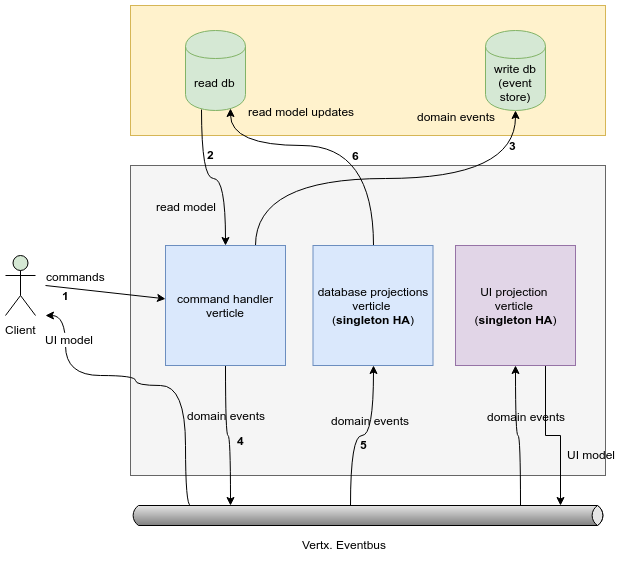
Above: crabzilla-accts.png in crabzilla/accounts (draw.io), before the change. Source tidied: cells renumbered, new cells last; positions are measured from the earlier drawing's top-left corner, leaving out a move shared by most shapes.
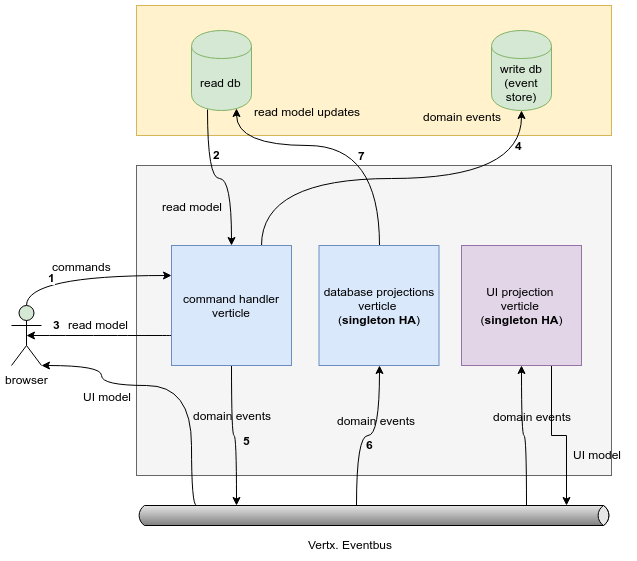
The same diagram one commit later.

Commit message:
diagram correction

Change to the diagram source:
```diff
@@ -22,6 +22,9 @@
     <mxCell id="7" value="domain events" style="text;html=1;align=center;verticalAlign=middle;labelBackgroundColor=none;" parent="6" vertex="1">
       <mxGeometry x="-0.32" relative="1" as="geometry" />
     </mxCell>
+    <mxCell id="39" style="edgeStyle=orthogonalEdgeStyle;curved=1;rounded=0;jettySize=auto;html=1;exitX=0;exitY=0.75;exitDx=0;exitDy=0;entryX=0.5;entryY=0.5;entryDx=0;entryDy=0;entryPerimeter=0;" parent="1" edge="1" source="8" target="24">
+      <mxGeometry relative="1" as="geometry" />
+    </mxCell>
     <mxCell id="8" value="command handler verticle" style="whiteSpace=wrap;html=1;fillColor=#dae8fc;strokeColor=#6c8ebf;" parent="1" vertex="1">
       <mxGeometry x="160" y="240" width="120" height="120" as="geometry" />
     </mxCell>
@@ -73,14 +76,12 @@
     <mxCell id="20" value="write db (event store)" style="shape=cylinder;whiteSpace=wrap;html=1;boundedLbl=1;backgroundOutline=1;fillColor=#d5e8d4;strokeColor=#82b366;" parent="1" vertex="1">
       <mxGeometry x="480" y="25" width="60" height="80" as="geometry" />
     </mxCell>
-    <mxCell id="21" style="endArrow=classic;html=1;" parent="1" edge="1" target="8">
-      <mxGeometry relative="1" as="geometry">
-        <mxPoint x="40" y="280" as="sourcePoint" />
-      </mxGeometry>
+    <mxCell id="21" style="endArrow=classic;html=1;exitX=0.5;exitY=0;exitDx=0;exitDy=0;exitPerimeter=0;entryX=0;entryY=0.25;entryDx=0;entryDy=0;edgeStyle=orthogonalEdgeStyle;curved=1;" parent="1" edge="1" source="24" target="8">
+      <mxGeometry relative="1" as="geometry" />
     </mxCell>
     <mxCell id="22" value="commands" style="text;html=1;align=center;verticalAlign=middle;labelBackgroundColor=#ffffff;" parent="21" vertex="1">
       <mxGeometry x="-0.45" y="-4" relative="1" as="geometry">
-        <mxPoint x="-2.5" y="-17.5" as="offset" />
+        <mxPoint x="37" y="-14" as="offset" />
       </mxGeometry>
     </mxCell>
     <mxCell id="23" value="1" style="text;html=1;align=center;verticalAlign=middle;labelBackgroundColor=#ffffff;fontStyle=1;" parent="21" vertex="1">
@@ -88,8 +89,8 @@
         <mxPoint x="-54.5" y="1.5" as="offset" />
       </mxGeometry>
     </mxCell>
-    <mxCell id="24" value="Client" style="shape=umlActor;verticalLabelPosition=bottom;labelBackgroundColor=#ffffff;verticalAlign=top;html=1;outlineConnect=0;fillColor=#D5E8D4;" parent="1" vertex="1">
-      <mxGeometry y="250" width="30" height="60" as="geometry" />
+    <mxCell id="24" value="browser" style="shape=umlActor;verticalLabelPosition=bottom;labelBackgroundColor=#ffffff;verticalAlign=top;html=1;outlineConnect=0;fillColor=#D5E8D4;" parent="1" vertex="1">
+      <mxGeometry y="300" width="30" height="60" as="geometry" />
     </mxCell>
     <mxCell id="25" value="Vertx. Eventbus" style="text;html=1;align=left;verticalAlign=top;spacingTop=-4;" parent="1" vertex="1">
       <mxGeometry x="295" y="530" width="100" height="20" as="geometry" />
@@ -108,19 +109,19 @@
     </mxCell>
     <mxCell id="28" style="edgeStyle=orthogonalEdgeStyle;curved=1;rounded=0;jettySize=auto;html=1;exitX=0;exitY=0;exitDx=60;exitDy=0;exitPerimeter=0;" parent="1" edge="1" source="16">
       <mxGeometry relative="1" as="geometry">
-        <mxPoint x="40" y="310" as="targetPoint" />
+        <mxPoint x="30" y="360" as="targetPoint" />
         <Array as="points">
           <mxPoint x="180" y="500" />
           <mxPoint x="180" y="380" />
-          <mxPoint x="130" y="380" />
-          <mxPoint x="130" y="370" />
-          <mxPoint x="60" y="370" />
-          <mxPoint x="60" y="310" />
+          <mxPoint x="90" y="380" />
+          <mxPoint x="90" y="360" />
         </Array>
       </mxGeometry>
     </mxCell>
     <mxCell id="29" value="UI model" style="text;html=1;align=center;verticalAlign=middle;labelBackgroundColor=#ffffff;" parent="28" vertex="1">
-      <mxGeometry x="0.74" y="-3" relative="1" as="geometry" />
+      <mxGeometry x="0.74" y="-3" relative="1" as="geometry">
+        <mxPoint x="27" y="33" as="offset" />
+      </mxGeometry>
     </mxCell>
     <mxCell id="30" style="edgeStyle=orthogonalEdgeStyle;rounded=0;jettySize=auto;html=1;exitX=0.75;exitY=1;exitDx=0;exitDy=0;entryX=0;entryY=0;entryDx=430;entryDy=0;entryPerimeter=0;" parent="1" edge="1" source="31" target="16">
       <mxGeometry relative="1" as="geometry" />
@@ -137,17 +138,23 @@
     <mxCell id="34" value="2" style="text;html=1;align=left;verticalAlign=top;spacingTop=-4;fontStyle=1;" parent="1" vertex="1">
       <mxGeometry x="200" y="140" width="20" height="20" as="geometry" />
     </mxCell>
-    <mxCell id="35" value="3" style="text;html=1;align=left;verticalAlign=top;spacingTop=-4;fontStyle=1;" parent="1" vertex="1">
+    <mxCell id="35" value="4" style="text;html=1;align=left;verticalAlign=top;spacingTop=-4;fontStyle=1;" parent="1" vertex="1">
       <mxGeometry x="502" y="131" width="20" height="20" as="geometry" />
     </mxCell>
-    <mxCell id="36" value="4" style="text;html=1;align=left;verticalAlign=top;spacingTop=-4;fontStyle=1;" parent="1" vertex="1">
+    <mxCell id="36" value="5" style="text;html=1;align=left;verticalAlign=top;spacingTop=-4;fontStyle=1;" parent="1" vertex="1">
       <mxGeometry x="230" y="426" width="20" height="20" as="geometry" />
     </mxCell>
-    <mxCell id="37" value="5" style="text;html=1;align=left;verticalAlign=top;spacingTop=-4;fontStyle=1;" parent="1" vertex="1">
+    <mxCell id="37" value="6" style="text;html=1;align=left;verticalAlign=top;spacingTop=-4;fontStyle=1;" parent="1" vertex="1">
       <mxGeometry x="352.5" y="430" width="20" height="20" as="geometry" />
     </mxCell>
-    <mxCell id="38" value="6" style="text;html=1;align=left;verticalAlign=top;spacingTop=-4;fontStyle=1;" parent="1" vertex="1">
+    <mxCell id="38" value="7" style="text;html=1;align=left;verticalAlign=top;spacingTop=-4;fontStyle=1;" parent="1" vertex="1">
       <mxGeometry x="345" y="141" width="20" height="20" as="geometry" />
     </mxCell>
+    <mxCell id="40" value="3" style="text;html=1;align=left;verticalAlign=top;spacingTop=-4;fontStyle=1;" parent="1" vertex="1">
+      <mxGeometry x="40" y="310" width="20" height="20" as="geometry" />
+    </mxCell>
+    <mxCell id="41" value="read model" style="text;html=1;align=left;verticalAlign=top;spacingTop=-4;" parent="1" vertex="1">
+      <mxGeometry x="55" y="310" width="80" height="20" as="geometry" />
+    </mxCell>
   </root>
 </mxGraphModel>
```
